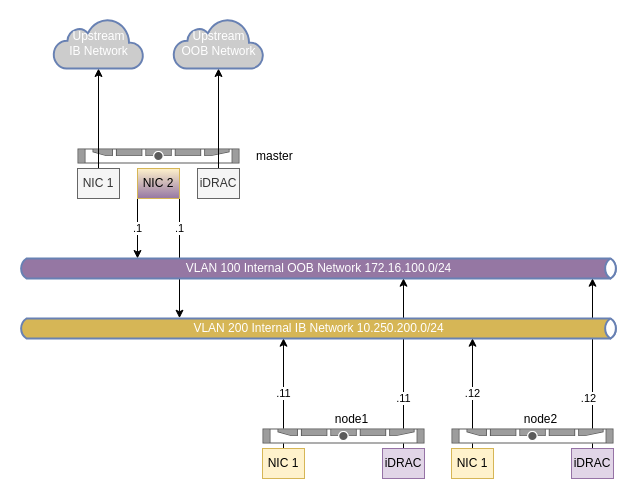
The draw.io diagram infra/network-architecture.drawio in simontesar/metal-operator-test-framework, before the edit. Source tidied: cells renumbered, new cells numbered last; positions are measured from the earlier drawing's top-left corner, leaving out a move shared by most shapes. Both pictures are drawn from the tidied source at 100%, with x=0, y=0 at pixel (18, 18).
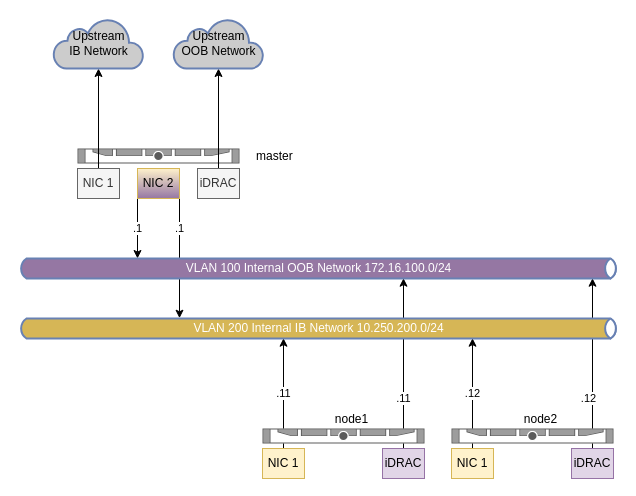
After the change.

Commit message:
infra: readable font color in network diagram Signed-off-by: simontesar <simon@simontesar.com>

What changed in the source:
```diff
@@
-    <mxCell id="22" value="Upstream&lt;br&gt;IB Network" style="html=1;outlineConnect=0;fillColor=#CCCCCC;strokeColor=#6881B3;gradientColor=none;gradientDirection=north;strokeWidth=2;shape=mxgraph.networks.cloud;fontColor=#ffffff;" parent="1" vertex="1">
+    <mxCell id="22" value="Upstream&lt;br&gt;IB Network" style="html=1;outlineConnect=0;fillColor=#CCCCCC;strokeColor=#6881B3;gradientColor=none;gradientDirection=north;strokeWidth=2;shape=mxgraph.networks.cloud;fontColor=#000000;" parent="1" vertex="1">
       <mxGeometry x="35" width="90" height="50" as="geometry" />
     </mxCell>
-    <mxCell id="23" value="Upstream&lt;br&gt;OOB Network" style="html=1;outlineConnect=0;fillColor=#CCCCCC;strokeColor=#6881B3;gradientColor=none;gradientDirection=north;strokeWidth=2;shape=mxgraph.networks.cloud;fontColor=#ffffff;" parent="1" vertex="1">
+    <mxCell id="23" value="Upstream&lt;br&gt;OOB Network" style="html=1;outlineConnect=0;fillColor=#CCCCCC;strokeColor=#6881B3;gradientColor=none;gradientDirection=north;strokeWidth=2;shape=mxgraph.networks.cloud;fontColor=#000000;" parent="1" vertex="1">
       <mxGeometry x="155" width="90" height="50" as="geometry" />
     </mxCell>
```
